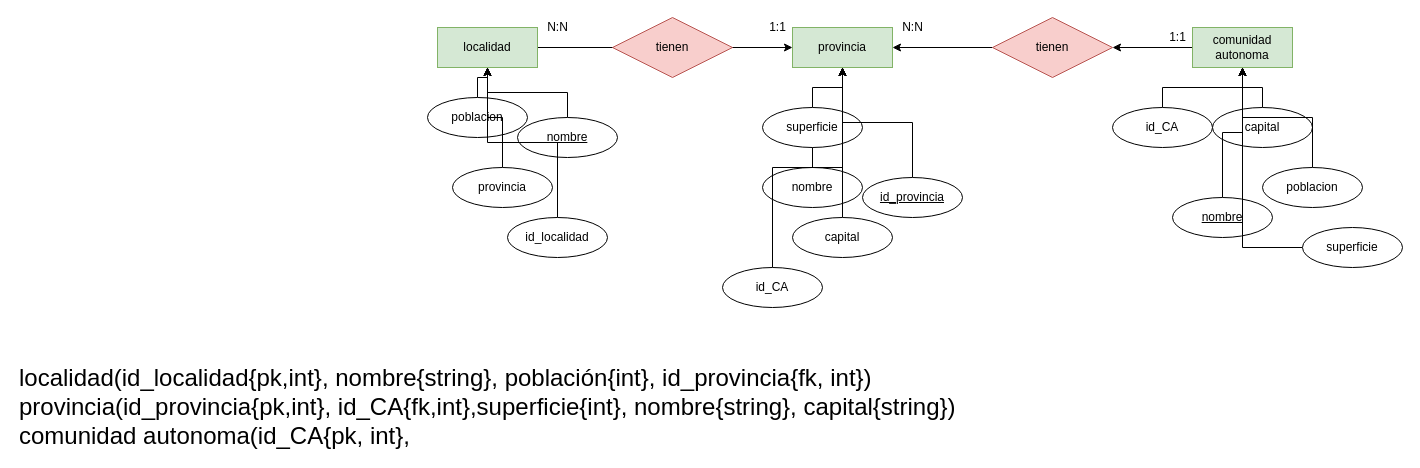
Before: Reto 3.drawio in aramossanchez/Diagramas_ER, a draw.io diagram. Source tidied: cells renumbered, new cells numbered last; positions are measured from the earlier drawing's top-left corner, leaving out a move shared by most shapes. Both pictures are drawn from the tidied source at 100%, with x=0, y=0 at pixel (17, 17).
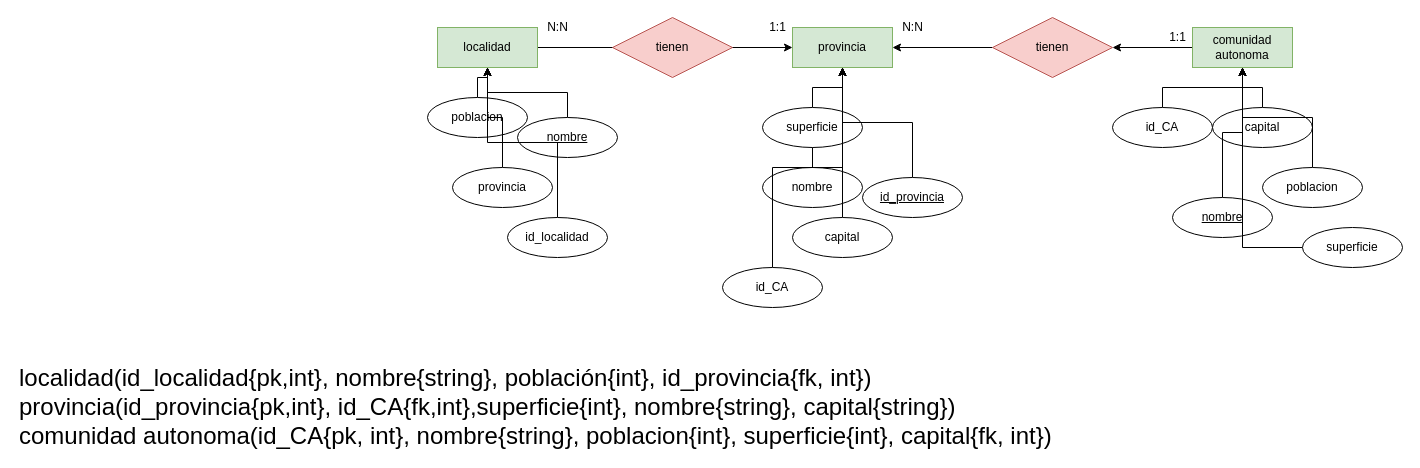
The same diagram, later.

Commit message (it also covers changes not shown here):
subo bbdd reto 3

What changed in the source:
```diff
@@
-    <mxCell id="38" value="&lt;span style=&quot;font-size: 24px&quot;&gt;localidad(id_localidad{pk,int}, nombre{string}, población{int}, id_provincia{fk, int})&lt;br&gt;provincia(id_provincia{pk,int}, id_CA{fk,int},superficie{int}, nombre{string}, capital{string})&lt;br&gt;comunidad autonoma(id_CA{pk, int},&amp;nbsp;&lt;br&gt;&lt;/span&gt;" style="text;html=1;align=left;verticalAlign=middle;strokeColor=none;fillColor=none;" parent="1" vertex="1">
-      <mxGeometry y="360" width="950" height="60" as="geometry" />
+    <mxCell id="38" value="&lt;span style=&quot;font-size: 24px&quot;&gt;localidad(id_localidad{pk,int}, nombre{string}, población{int}, id_provincia{fk, int})&lt;br&gt;provincia(id_provincia{pk,int}, id_CA{fk,int},superficie{int}, nombre{string}, capital{string})&lt;br&gt;comunidad autonoma(id_CA{pk, int}, nombre{string}, poblacion{int}, superficie{int}, capital{fk, int})&amp;nbsp;&lt;br&gt;&lt;/span&gt;" style="text;html=1;align=left;verticalAlign=middle;strokeColor=none;fillColor=none;" parent="1" vertex="1">
+      <mxGeometry y="360" width="1050" height="60" as="geometry" />
     </mxCell>
```
